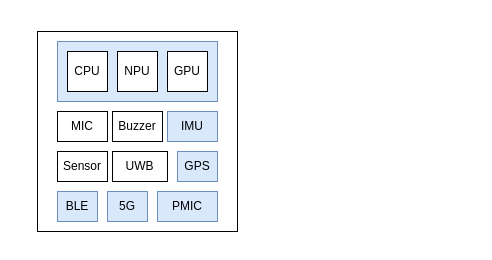
Before: AI-robots.drawio in mailonghua/drawio, a draw.io diagram. Source tidied: cells renumbered, new cells numbered last; positions are measured from the earlier drawing's top-left corner, leaving out a move shared by most shapes. Both pictures are drawn from the tidied source at 100%, with x=0, y=0 at pixel (37, 31).
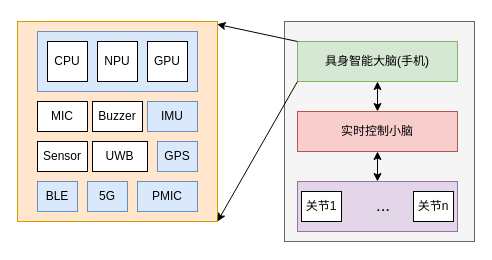
Above is the later version.

Diff of the diagram source:
```diff
@@
+    <mxCell id="16" style="rounded=0;whiteSpace=wrap;html=1;fillColor=#f5f5f5;fontColor=#333333;strokeColor=#666666;" parent="1" vertex="1">
+      <mxGeometry x="247" y="-10" width="190" height="220" as="geometry" />
+    </mxCell>
+    <mxCell id="17" style="rounded=0;whiteSpace=wrap;html=1;fillColor=#e1d5e7;strokeColor=#9673a6;" parent="1" vertex="1">
+      <mxGeometry x="260" y="150" width="160" height="50" as="geometry" />
+    </mxCell>
+    <mxCell id="18" style="edgeStyle=orthogonalEdgeStyle;rounded=0;jettySize=auto;html=1;exitX=0.5;exitY=1;exitDx=0;exitDy=0;entryX=0.5;entryY=0;entryDx=0;entryDy=0;startArrow=classic;startFill=1;strokeColor=#000000;" parent="1" edge="1" source="19" target="21">
+      <mxGeometry relative="1" as="geometry" />
+    </mxCell>
+    <mxCell id="19" value="具身智能大脑(手机)" style="rounded=0;whiteSpace=wrap;html=1;fillColor=#d5e8d4;strokeColor=#82b366;" parent="1" vertex="1">
+      <mxGeometry x="260" y="10" width="160" height="40" as="geometry" />
+    </mxCell>
+    <mxCell id="20" style="edgeStyle=orthogonalEdgeStyle;rounded=0;jettySize=auto;html=1;exitX=0.5;exitY=1;exitDx=0;exitDy=0;entryX=0.5;entryY=0;entryDx=0;entryDy=0;startArrow=classic;startFill=1;" parent="1" edge="1" source="21" target="17">
+      <mxGeometry relative="1" as="geometry" />
+    </mxCell>
+    <mxCell id="21" value="实时控制小脑" style="rounded=0;whiteSpace=wrap;html=1;fillColor=#f8cecc;strokeColor=#b85450;" parent="1" vertex="1">
+      <mxGeometry x="260" y="80" width="160" height="40" as="geometry" />
+    </mxCell>
+    <mxCell id="22" value="关节1" style="rounded=0;whiteSpace=wrap;html=1;" parent="1" vertex="1">
+      <mxGeometry x="264" y="160" width="40" height="30" as="geometry" />
+    </mxCell>
+    <mxCell id="23" value="关节n" style="rounded=0;whiteSpace=wrap;html=1;" parent="1" vertex="1">
+      <mxGeometry x="376" y="160" width="40" height="30" as="geometry" />
+    </mxCell>
+    <mxCell id="24" value="..." style="text;strokeColor=none;align=center;fillColor=none;html=1;verticalAlign=middle;whiteSpace=wrap;rounded=0;fontSize=17;" parent="1" vertex="1">
+      <mxGeometry x="316" y="160" width="60" height="30" as="geometry" />
+    </mxCell>
+    <mxCell id="25" style="group;" parent="1" vertex="1">
+      <mxGeometry x="-20" y="-10" width="200" height="200" as="geometry" />
+    </mxCell>
-    <mxCell id="2" style="rounded=0;whiteSpace=wrap;html=1;" parent="1" vertex="1">
+    <mxCell id="2" style="rounded=0;whiteSpace=wrap;html=1;fillColor=#ffe6cc;strokeColor=#d79b00;" parent="25" vertex="1">
       <mxGeometry width="200" height="200" as="geometry" />
     </mxCell>
-    <mxCell id="3" style="rounded=0;whiteSpace=wrap;html=1;fillColor=#dae8fc;strokeColor=#6c8ebf;" parent="1" vertex="1">
+    <mxCell id="3" style="rounded=0;whiteSpace=wrap;html=1;fillColor=#dae8fc;strokeColor=#6c8ebf;" parent="25" vertex="1">
       <mxGeometry x="20" y="10" width="160" height="60" as="geometry" />
     </mxCell>
-    <mxCell id="4" value="CPU" style="rounded=0;whiteSpace=wrap;html=1;" parent="1" vertex="1">
+    <mxCell id="4" value="CPU" style="rounded=0;whiteSpace=wrap;html=1;" parent="25" vertex="1">
       <mxGeometry x="30" y="20" width="40" height="40" as="geometry" />
     </mxCell>
-    <mxCell id="5" value="NPU" style="rounded=0;whiteSpace=wrap;html=1;" parent="1" vertex="1">
+    <mxCell id="5" value="NPU" style="rounded=0;whiteSpace=wrap;html=1;" parent="25" vertex="1">
       <mxGeometry x="80" y="20" width="40" height="40" as="geometry" />
     </mxCell>
-    <mxCell id="6" value="GPU" style="rounded=0;whiteSpace=wrap;html=1;" parent="1" vertex="1">
+    <mxCell id="6" value="GPU" style="rounded=0;whiteSpace=wrap;html=1;" parent="25" vertex="1">
       <mxGeometry x="130" y="20" width="40" height="40" as="geometry" />
     </mxCell>
-    <mxCell id="7" value="MIC" style="rounded=0;whiteSpace=wrap;html=1;" parent="1" vertex="1">
+    <mxCell id="7" value="MIC" style="rounded=0;whiteSpace=wrap;html=1;" parent="25" vertex="1">
       <mxGeometry x="20" y="80" width="50" height="30" as="geometry" />
     </mxCell>
-    <mxCell id="8" value="Buzzer" style="rounded=0;whiteSpace=wrap;html=1;" parent="1" vertex="1">
+    <mxCell id="8" value="Buzzer" style="rounded=0;whiteSpace=wrap;html=1;" parent="25" vertex="1">
       <mxGeometry x="75" y="80" width="50" height="30" as="geometry" />
     </mxCell>
-    <mxCell id="9" value="IMU" style="rounded=0;whiteSpace=wrap;html=1;fillColor=#dae8fc;strokeColor=#6c8ebf;" parent="1" vertex="1">
+    <mxCell id="9" value="IMU" style="rounded=0;whiteSpace=wrap;html=1;fillColor=#dae8fc;strokeColor=#6c8ebf;" parent="25" vertex="1">
       <mxGeometry x="130" y="80" width="50" height="30" as="geometry" />
     </mxCell>
-    <mxCell id="10" value="Sensor" style="rounded=0;whiteSpace=wrap;html=1;" parent="1" vertex="1">
+    <mxCell id="10" value="Sensor" style="rounded=0;whiteSpace=wrap;html=1;" parent="25" vertex="1">
       <mxGeometry x="20" y="120" width="50" height="30" as="geometry" />
     </mxCell>
-    <mxCell id="11" value="UWB" style="rounded=0;whiteSpace=wrap;html=1;" parent="1" vertex="1">
+    <mxCell id="11" value="UWB" style="rounded=0;whiteSpace=wrap;html=1;" parent="25" vertex="1">
       <mxGeometry x="75" y="120" width="55" height="30" as="geometry" />
     </mxCell>
-    <mxCell id="12" value="GPS" style="rounded=0;whiteSpace=wrap;html=1;fillColor=#dae8fc;strokeColor=#6c8ebf;" parent="1" vertex="1">
+    <mxCell id="12" value="GPS" style="rounded=0;whiteSpace=wrap;html=1;fillColor=#dae8fc;strokeColor=#6c8ebf;" parent="25" vertex="1">
       <mxGeometry x="140" y="120" width="40" height="30" as="geometry" />
     </mxCell>
-    <mxCell id="13" value="BLE" style="rounded=0;whiteSpace=wrap;html=1;fillColor=#dae8fc;strokeColor=#6c8ebf;" parent="1" vertex="1">
+    <mxCell id="13" value="BLE" style="rounded=0;whiteSpace=wrap;html=1;fillColor=#dae8fc;strokeColor=#6c8ebf;" parent="25" vertex="1">
       <mxGeometry x="20" y="160" width="40" height="30" as="geometry" />
     </mxCell>
-    <mxCell id="14" value="5G" style="rounded=0;whiteSpace=wrap;html=1;fillColor=#dae8fc;strokeColor=#6c8ebf;" parent="1" vertex="1">
+    <mxCell id="14" value="5G" style="rounded=0;whiteSpace=wrap;html=1;fillColor=#dae8fc;strokeColor=#6c8ebf;" parent="25" vertex="1">
       <mxGeometry x="70" y="160" width="40" height="30" as="geometry" />
     </mxCell>
-    <mxCell id="15" value="PMIC" style="rounded=0;whiteSpace=wrap;html=1;fillColor=#dae8fc;strokeColor=#6c8ebf;" parent="1" vertex="1">
+    <mxCell id="15" value="PMIC" style="rounded=0;whiteSpace=wrap;html=1;fillColor=#dae8fc;strokeColor=#6c8ebf;" parent="25" vertex="1">
       <mxGeometry x="120" y="160" width="60" height="30" as="geometry" />
     </mxCell>
+    <mxCell id="26" style="endArrow=classic;html=1;rounded=0;entryX=0.998;entryY=0.014;entryDx=0;entryDy=0;entryPerimeter=0;exitX=0;exitY=0;exitDx=0;exitDy=0;" parent="1" edge="1" source="19" target="2">
+      <mxGeometry relative="1" as="geometry" />
+    </mxCell>
+    <mxCell id="27" style="endArrow=classic;html=1;rounded=0;entryX=1;entryY=1;entryDx=0;entryDy=0;exitX=0;exitY=1;exitDx=0;exitDy=0;" parent="1" edge="1" source="19" target="2">
+      <mxGeometry relative="1" as="geometry" />
+    </mxCell>
```
